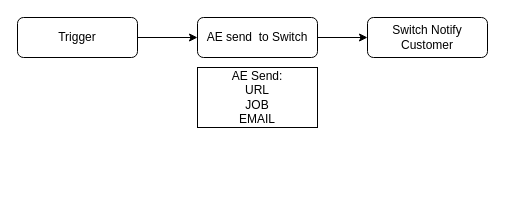
Before: page "Reminder" (2 of 2) of Reminder Email.drawio in bbertolani/newprint-reminder, a draw.io diagram. Source tidied: cells renumbered, new cells numbered last; positions are measured from the earlier drawing's top-left corner, leaving out a move shared by most shapes. Both pictures are drawn from the tidied source at 100%, with x=0, y=0 at pixel (17, 17).
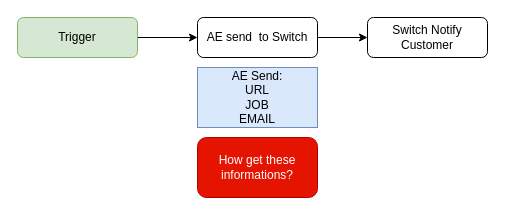
After the change.

What changed in the source:
```diff
@@
 <mxGraphModel>
   <root>
     <mxCell id="0" />
     <mxCell id="1" parent="0" />
     <mxCell id="2" style="edgeStyle=orthogonalEdgeStyle;rounded=0;jettySize=auto;html=1;strokeColor=#000000;fontColor=#0000FF;" parent="1" edge="1" source="3" target="5">
       <mxGeometry relative="1" as="geometry" />
     </mxCell>
-    <mxCell id="3" value="Trigger" style="rounded=1;whiteSpace=wrap;html=1;fontSize=12;glass=0;strokeWidth=1;shadow=0;" parent="1" vertex="1">
+    <mxCell id="3" value="Trigger" style="rounded=1;whiteSpace=wrap;html=1;fontSize=12;glass=0;strokeWidth=1;shadow=0;fillColor=#d5e8d4;strokeColor=#82b366;" parent="1" vertex="1">
       <mxGeometry width="120" height="40" as="geometry" />
     </mxCell>
     <mxCell id="4" style="edgeStyle=orthogonalEdgeStyle;rounded=0;jettySize=auto;html=1;strokeColor=#000000;fontColor=#000000;" parent="1" edge="1" source="5" target="6">
       <mxGeometry relative="1" as="geometry" />
     </mxCell>
     <mxCell id="5" value="AE send&amp;nbsp; to Switch" style="rounded=1;whiteSpace=wrap;html=1;fontSize=12;glass=0;strokeWidth=1;shadow=0;" parent="1" vertex="1">
       <mxGeometry x="180" width="120" height="40" as="geometry" />
     </mxCell>
     <mxCell id="6" value="Switch Notify Customer" style="rounded=1;whiteSpace=wrap;html=1;fontSize=12;glass=0;strokeWidth=1;shadow=0;" parent="1" vertex="1">
       <mxGeometry x="350" width="120" height="40" as="geometry" />
     </mxCell>
-    <mxCell id="7" value="AE Send:&lt;br&gt;URL&lt;br&gt;JOB&lt;br&gt;EMAIL" style="rounded=0;whiteSpace=wrap;html=1;fontColor=#000000;" parent="1" vertex="1">
+    <mxCell id="7" value="AE Send:&lt;br&gt;URL&lt;br&gt;JOB&lt;br&gt;EMAIL" style="rounded=0;whiteSpace=wrap;html=1;fillColor=#dae8fc;strokeColor=#6c8ebf;" parent="1" vertex="1">
       <mxGeometry x="180" y="50" width="120" height="60" as="geometry" />
     </mxCell>
+    <mxCell id="8" value="How get these informations?" style="rounded=1;whiteSpace=wrap;html=1;fillColor=#e51400;strokeColor=#B20000;fontColor=#ffffff;" parent="1" vertex="1">
+      <mxGeometry x="180" y="120" width="120" height="60" as="geometry" />
+    </mxCell>
   </root>
 </mxGraphModel>
```
